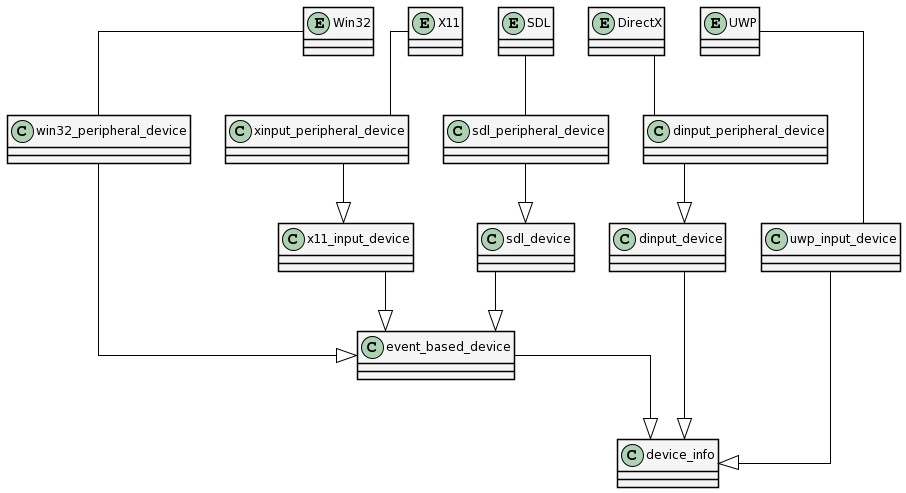
Above: Streaming/Tesi/immagini/class_input_device.png in mikymaione/MAMEStreamingPlatform (PlantUML), before the change. Its diagram source:
```plantuml
@startuml
skinparam Shadowing false
skinparam LineType ortho
skinparam ArrowColor black

skinparam class {
    BackgroundColor WhiteSmoke
    BorderColor black
}

together {
	entity Win32
	entity UWP
	entity DirectX
	entity SDL
	entity X11
}

together {
	class sdl_peripheral_device
	class dinput_peripheral_device
	class win32_peripheral_device
	class xinput_peripheral_device
}

together {
	class sdl_device
	class dinput_device
	class uwp_input_device
}

event_based_device --|> device_info

dinput_device --|> device_info

dinput_peripheral_device --|> dinput_device

sdl_device --|> event_based_device

sdl_peripheral_device --|> sdl_device

uwp_input_device --|> device_info

win32_peripheral_device --|> event_based_device

x11_input_device --|> event_based_device

xinput_peripheral_device --|> x11_input_device

X11 -d- xinput_peripheral_device
Win32 -d- win32_peripheral_device
UWP -d- uwp_input_device
DirectX -d- dinput_peripheral_device
SDL -d- sdl_peripheral_device
@enduml
```
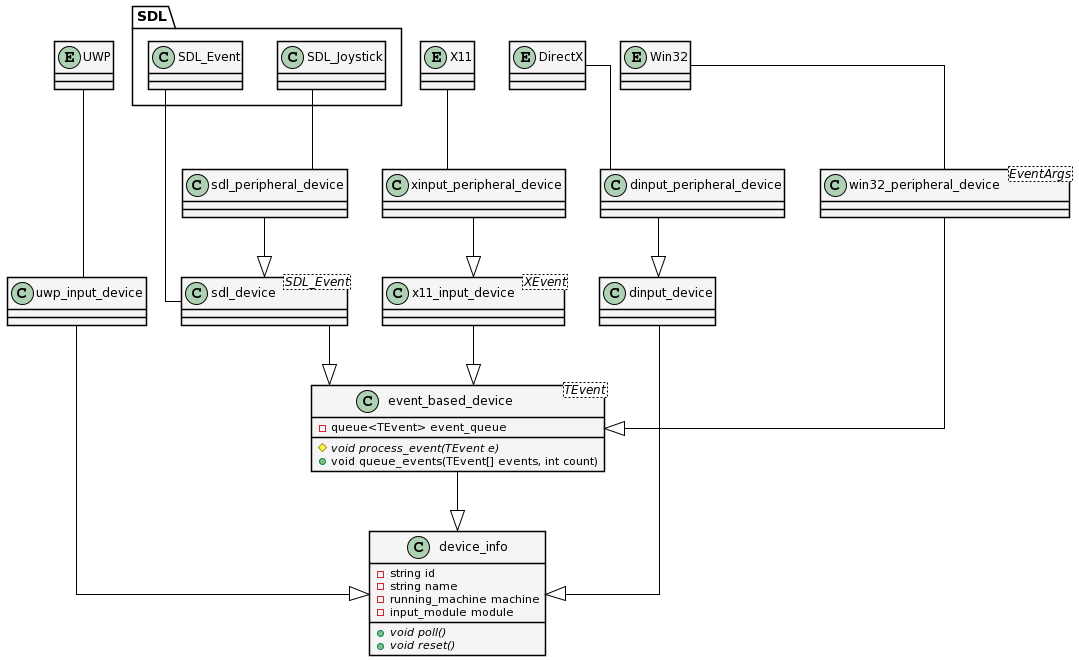
The same diagram one commit later.

Commit message:
uml class input

What changed in the source:
```diff
@@ -8,48 +8,74 @@
     BorderColor black
 }
 
+
 together {
+	package SDL {
+		class SDL_Event
+		class SDL_Joystick
+	}
+
 	entity Win32
 	entity UWP
 	entity DirectX
-	entity SDL
 	entity X11
 }
 
 together {
 	class sdl_peripheral_device
 	class dinput_peripheral_device
-	class win32_peripheral_device
 	class xinput_peripheral_device
+		class win32_peripheral_device
 }
 
 together {
 	class sdl_device
 	class dinput_device
 	class uwp_input_device
+	class x11_input_device
 }
 
-event_based_device --|> device_info
+class event_based_device<TEvent> {
+	-queue<TEvent> event_queue
+	{abstract} #void process_event(TEvent e)
+	+void queue_events(TEvent[] events, int count)
+}
 
-dinput_device --|> device_info
+class device_info {
+	-string id
+	-string name
+	-running_machine machine
+	-input_module module
+	{abstract} +void poll()
+	{abstract} +void reset()
+}
 
-dinput_peripheral_device --|> dinput_device
+event_based_device -d-|> device_info
 
-sdl_device --|> event_based_device
+class sdl_device<SDL_Event>
 
-sdl_peripheral_device --|> sdl_device
+sdl_device -- SDL_Event
 
-uwp_input_device --|> device_info
+sdl_peripheral_device -d-|> sdl_device
+sdl_peripheral_device -- SDL_Joystick
 
-win32_peripheral_device --|> event_based_device
+uwp_input_device -d-|> device_info
 
-x11_input_device --|> event_based_device
+class win32_peripheral_device<EventArgs>
 
-xinput_peripheral_device --|> x11_input_device
+class x11_input_device<XEvent>
+x11_input_device -d-|> event_based_device
+
+xinput_peripheral_device -d-|> x11_input_device
+
+dinput_device -d-|> device_info
+dinput_peripheral_device -d-|> dinput_device
+
+sdl_device -d-|> event_based_device
+win32_peripheral_device -d-|> event_based_device
 
 X11 -d- xinput_peripheral_device
 Win32 -d- win32_peripheral_device
 UWP -d- uwp_input_device
 DirectX -d- dinput_peripheral_device
-SDL -d- sdl_peripheral_device
 @enduml
```
